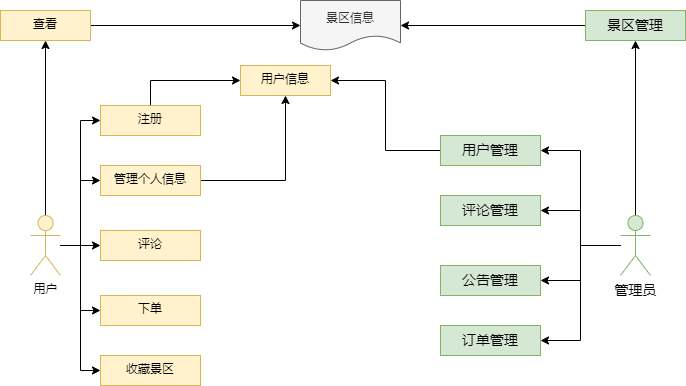
This is sql/系统业务流程图.png from ren9901/tourism-j2ee-wx, a draw.io export, as it was before one commit. Source tidied: cells renumbered, new cells last; positions are measured from the earlier drawing's top-left corner, leaving out a move shared by most shapes.
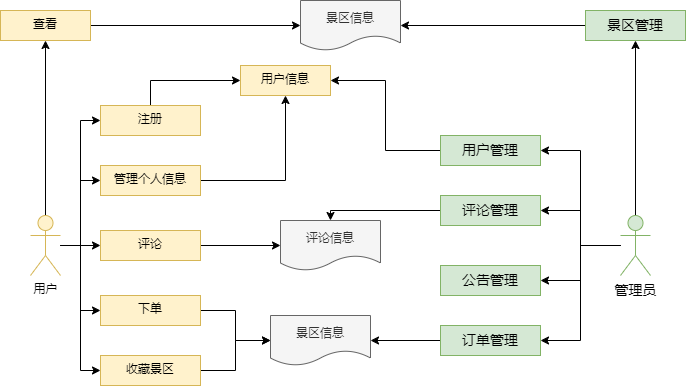
After the commit.

Commit message:
更新系统业务流程图.png

Change to the diagram source:
```diff
@@ -87,9 +87,19 @@
     <mxCell id="16" value="用户管理" style="whiteSpace=wrap;html=1;fontSize=14;verticalAlign=top;fillColor=#d5e8d4;strokeColor=#82b366;fillStyle=auto;" parent="1" vertex="1">
       <mxGeometry x="440" y="135" width="100" height="30" as="geometry" />
     </mxCell>
+    <mxCell id="33" style="edgeStyle=orthogonalEdgeStyle;rounded=0;jettySize=auto;html=1;" parent="1" edge="1" source="17" target="38">
+      <mxGeometry relative="1" as="geometry" />
+    </mxCell>
     <mxCell id="17" value="订单管理" style="whiteSpace=wrap;html=1;fontSize=14;verticalAlign=top;fillColor=#d5e8d4;strokeColor=#82b366;fillStyle=auto;" parent="1" vertex="1">
       <mxGeometry x="440" y="325" width="100" height="30" as="geometry" />
     </mxCell>
+    <mxCell id="34" style="edgeStyle=orthogonalEdgeStyle;rounded=0;jettySize=auto;html=1;" parent="1" edge="1" source="18" target="39">
+      <mxGeometry relative="1" as="geometry">
+        <Array as="points">
+          <mxPoint x="330" y="210" />
+        </Array>
+      </mxGeometry>
+    </mxCell>
     <mxCell id="18" value="评论管理" style="whiteSpace=wrap;html=1;fontSize=14;verticalAlign=top;fillColor=#d5e8d4;strokeColor=#82b366;fillStyle=auto;" parent="1" vertex="1">
       <mxGeometry x="440" y="195" width="100" height="30" as="geometry" />
     </mxCell>
@@ -112,15 +122,24 @@
     <mxCell id="23" value="管理个人信息" style="whiteSpace=wrap;html=1;verticalAlign=top;fillColor=#fff2cc;strokeColor=#d6b656;" parent="1" vertex="1">
       <mxGeometry x="100" y="165" width="100" height="30" as="geometry" />
     </mxCell>
+    <mxCell id="35" style="edgeStyle=orthogonalEdgeStyle;rounded=0;jettySize=auto;html=1;" parent="1" edge="1" source="24" target="39">
+      <mxGeometry relative="1" as="geometry" />
+    </mxCell>
     <mxCell id="24" value="评论" style="whiteSpace=wrap;html=1;verticalAlign=top;fillColor=#fff2cc;strokeColor=#d6b656;" parent="1" vertex="1">
       <mxGeometry x="100" y="230" width="100" height="30" as="geometry" />
     </mxCell>
+    <mxCell id="36" style="edgeStyle=orthogonalEdgeStyle;rounded=0;jettySize=auto;html=1;entryX=0;entryY=0.5;entryDx=0;entryDy=0;" parent="1" edge="1" source="25" target="38">
+      <mxGeometry relative="1" as="geometry" />
+    </mxCell>
     <mxCell id="25" value="下单" style="whiteSpace=wrap;html=1;verticalAlign=top;fillColor=#fff2cc;strokeColor=#d6b656;" parent="1" vertex="1">
       <mxGeometry x="100" y="295" width="100" height="30" as="geometry" />
     </mxCell>
     <mxCell id="26" value="景区信息" style="shape=document;whiteSpace=wrap;html=1;boundedLbl=1;fillColor=#f5f5f5;fontColor=#333333;strokeColor=#666666;" parent="1" vertex="1">
       <mxGeometry x="300" width="100" height="50" as="geometry" />
     </mxCell>
+    <mxCell id="37" style="edgeStyle=orthogonalEdgeStyle;rounded=0;jettySize=auto;html=1;" parent="1" edge="1" source="27" target="38">
+      <mxGeometry relative="1" as="geometry" />
+    </mxCell>
     <mxCell id="27" value="收藏景区" style="whiteSpace=wrap;html=1;verticalAlign=top;fillColor=#fff2cc;strokeColor=#d6b656;" parent="1" vertex="1">
       <mxGeometry x="100" y="355" width="100" height="30" as="geometry" />
     </mxCell>
@@ -139,5 +158,11 @@
     <mxCell id="32" value="用户信息" style="whiteSpace=wrap;html=1;verticalAlign=top;fillColor=#fff2cc;strokeColor=#d6b656;" parent="1" vertex="1">
       <mxGeometry x="240" y="65" width="90" height="30" as="geometry" />
     </mxCell>
+    <mxCell id="38" value="景区信息" style="shape=document;whiteSpace=wrap;html=1;boundedLbl=1;fillColor=#f5f5f5;fontColor=#333333;strokeColor=#666666;" parent="1" vertex="1">
+      <mxGeometry x="270" y="315" width="100" height="50" as="geometry" />
+    </mxCell>
+    <mxCell id="39" value="评论信息" style="shape=document;whiteSpace=wrap;html=1;boundedLbl=1;fillColor=#f5f5f5;fontColor=#333333;strokeColor=#666666;" parent="1" vertex="1">
+      <mxGeometry x="280" y="220" width="100" height="50" as="geometry" />
+    </mxCell>
   </root>
 </mxGraphModel>
```
